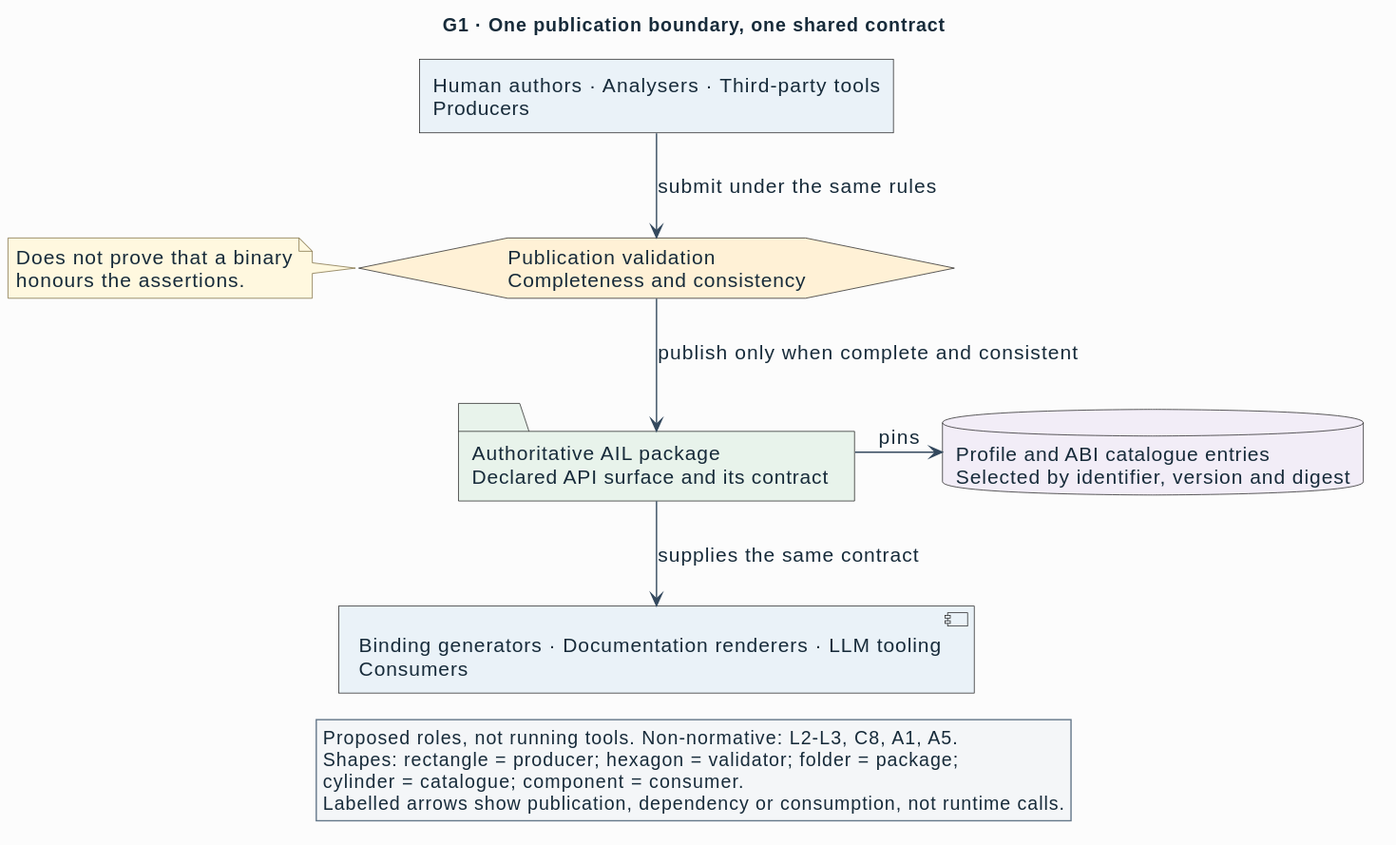
Above: semantic/specification/interface-language/figures/g1-context.svg in Linkuistics/APIAnyware (PlantUML), before the change. Its source is kept beside it as semantic/specification/interface-language/figures/g1-context.puml. Source of this version:
```plantuml
@startuml
!include style/ail.puml
title G1 · One publication boundary, one shared contract
top to bottom direction
$producer(producers, "Human authors · Analysers · Third-party tools\nProducers")
$validator(validation, "Publication validation\nCompleteness and consistency")
$package(contract, "Authoritative AIL package\nDeclared API surface and its contract")
$catalogue(catalogue, "Profile and ABI catalogue entries\nSelected by identifier, version and digest")
$consumer(consumers, "Binding generators · Documentation renderers · LLM tooling\nConsumers")
producers --> validation : submit under the same rules
validation --> contract : publish only when complete and consistent
contract -right-> catalogue : pins
contract --> consumers : supplies the same contract
note left of validation
  Does not prove that a binary
  honours the assertions.
end note
legend bottom
  Proposed roles, not running tools. Non-normative: L2–L3, C8, A1, A5.
  Shapes: rectangle = producer; hexagon = validator; folder = package;
  cylinder = catalogue; component = consumer.
  Labelled arrows show publication, dependency or consumption, not runtime calls.
endlegend
@enduml
```
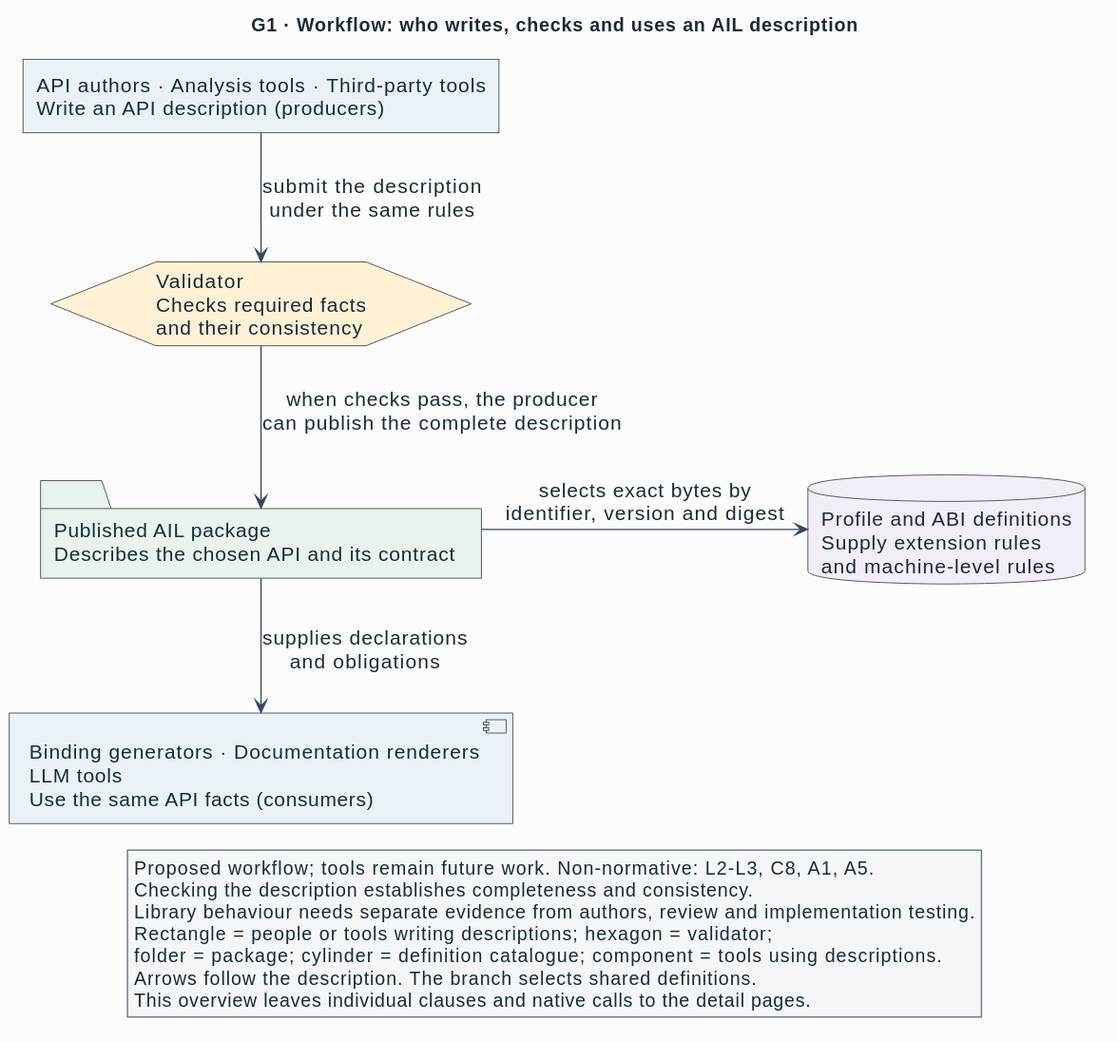
Later version of the same file.

The edit, as a diff of the source:
```diff
@@ -1,24 +1,23 @@
 @startuml
 !include style/ail.puml
-title G1 · One publication boundary, one shared contract
+title G1 · Workflow: who writes, checks and uses an AIL description
 top to bottom direction
-$producer(producers, "Human authors · Analysers · Third-party tools\nProducers")
-$validator(validation, "Publication validation\nCompleteness and consistency")
-$package(contract, "Authoritative AIL package\nDeclared API surface and its contract")
-$catalogue(catalogue, "Profile and ABI catalogue entries\nSelected by identifier, version and digest")
-$consumer(consumers, "Binding generators · Documentation renderers · LLM tooling\nConsumers")
-producers --> validation : submit under the same rules
-validation --> contract : publish only when complete and consistent
-contract -right-> catalogue : pins
-contract --> consumers : supplies the same contract
-note left of validation
-  Does not prove that a binary
-  honours the assertions.
-end note
+$producer(producers, "API authors · Analysis tools · Third-party tools\nWrite an API description (producers)")
+$validator(validation, "Validator\nChecks required facts\nand their consistency")
+$package(contract, "Published AIL package\nDescribes the chosen API and its contract")
+$catalogue(catalogue, "Profile and ABI definitions\nSupply extension rules\nand machine-level rules")
+$consumer(consumers, "Binding generators · Documentation renderers\nLLM tools\nUse the same API facts (consumers)")
+producers --> validation : submit the description\nunder the same rules
+validation --> contract : when checks pass, the producer\ncan publish the complete description
+contract -right-> catalogue : selects exact bytes by\nidentifier, version and digest
+contract --> consumers : supplies declarations\nand obligations
 legend bottom
-  Proposed roles, not running tools. Non-normative: L2–L3, C8, A1, A5.
-  Shapes: rectangle = producer; hexagon = validator; folder = package;
-  cylinder = catalogue; component = consumer.
-  Labelled arrows show publication, dependency or consumption, not runtime calls.
+  Proposed workflow; tools remain future work. Non-normative: L2–L3, C8, A1, A5.
+  Checking the description establishes completeness and consistency.
+  Library behaviour needs separate evidence from authors, review and implementation testing.
+  Rectangle = people or tools writing descriptions; hexagon = validator;
+  folder = package; cylinder = definition catalogue; component = tools using descriptions.
+  Arrows follow the description. The branch selects shared definitions.
+  This overview leaves individual clauses and native calls to the detail pages.
 endlegend
 @enduml
```
